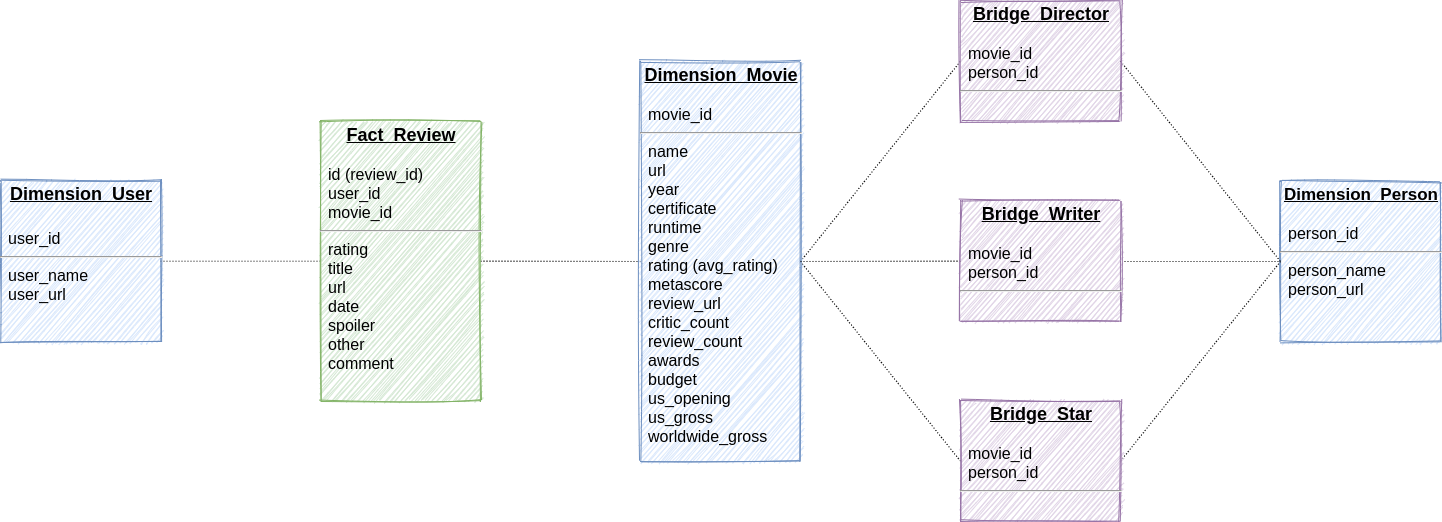
Above: 15_Final_Exam/Q2_Snowflake_Schema.png in tangklrb/WQD7005 (draw.io), before the change. Source tidied: cells renumbered, new cells last; positions are measured from the earlier drawing's top-left corner, leaving out a move shared by most shapes.
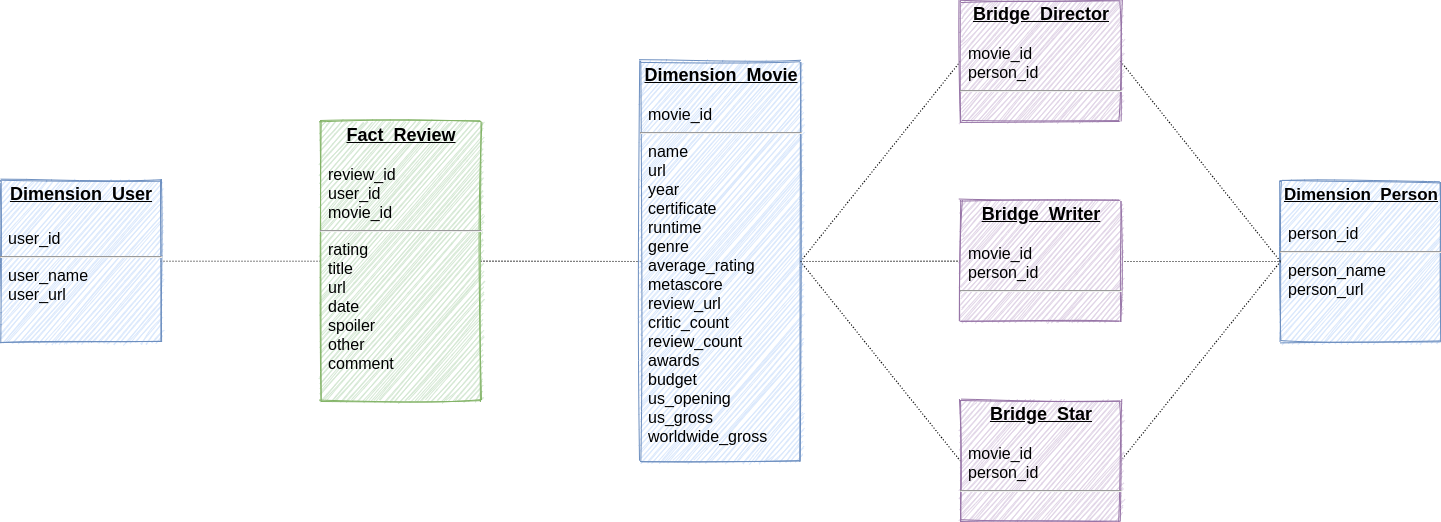
The same diagram one commit later.

What changed in the source:
```diff
@@ -8,7 +8,7 @@
     <mxCell id="3" style="edgeStyle=none;rounded=0;jettySize=auto;html=1;dashed=1;dashPattern=1 2;endArrow=none;endFill=0;exitX=1;exitY=0.5;exitDx=0;exitDy=0;entryX=0;entryY=0.5;entryDx=0;entryDy=0;" parent="1" edge="1" source="4" target="8">
       <mxGeometry relative="1" as="geometry" />
     </mxCell>
-    <mxCell id="4" value="&lt;p style=&quot;margin: 4px 0px 0px ; text-align: center ; text-decoration: underline&quot;&gt;&lt;strong&gt;&lt;font style=&quot;font-size: 18px&quot;&gt;Fact_Review&lt;/font&gt;&lt;/strong&gt;&lt;/p&gt;&lt;p style=&quot;margin: 0px 0px 0px 8px ; font-size: 16px&quot;&gt;&lt;font style=&quot;font-size: 16px&quot;&gt;&lt;br&gt;&lt;/font&gt;&lt;/p&gt;&lt;p style=&quot;margin: 0px 0px 0px 8px ; font-size: 16px&quot;&gt;&lt;font style=&quot;font-size: 16px&quot;&gt;id (review_id)&lt;/font&gt;&lt;/p&gt;&lt;p style=&quot;margin: 0px 0px 0px 8px ; font-size: 16px&quot;&gt;&lt;font style=&quot;font-size: 16px&quot;&gt;user_id&lt;/font&gt;&lt;/p&gt;&lt;p style=&quot;margin: 0px 0px 0px 8px ; font-size: 16px&quot;&gt;&lt;font style=&quot;font-size: 16px&quot;&gt;movie_id&lt;/font&gt;&lt;/p&gt;&lt;hr style=&quot;font-size: 16px&quot;&gt;&lt;p style=&quot;margin: 0px 0px 0px 8px ; font-size: 16px&quot;&gt;&lt;font style=&quot;font-size: 16px&quot;&gt;rating&lt;br&gt;&lt;/font&gt;&lt;/p&gt;&lt;p style=&quot;margin: 0px 0px 0px 8px ; font-size: 16px&quot;&gt;&lt;font style=&quot;font-size: 16px&quot;&gt;title&lt;/font&gt;&lt;/p&gt;&lt;p style=&quot;margin: 0px 0px 0px 8px ; font-size: 16px&quot;&gt;&lt;font style=&quot;font-size: 16px&quot;&gt;url&lt;/font&gt;&lt;/p&gt;&lt;p style=&quot;margin: 0px 0px 0px 8px ; font-size: 16px&quot;&gt;&lt;font style=&quot;font-size: 16px&quot;&gt;date&lt;/font&gt;&lt;/p&gt;&lt;p style=&quot;margin: 0px 0px 0px 8px ; font-size: 16px&quot;&gt;&lt;font style=&quot;font-size: 16px&quot;&gt;spoiler&lt;/font&gt;&lt;/p&gt;&lt;p style=&quot;margin: 0px 0px 0px 8px ; font-size: 16px&quot;&gt;&lt;font style=&quot;font-size: 16px&quot;&gt;other&lt;/font&gt;&lt;/p&gt;&lt;p style=&quot;margin: 0px 0px 0px 8px ; font-size: 16px&quot;&gt;&lt;font style=&quot;font-size: 16px&quot;&gt;comment&lt;/font&gt;&lt;/p&gt;" style="verticalAlign=top;align=left;overflow=fill;fontSize=12;fontFamily=Helvetica;html=1;strokeColor=#82b366;shadow=0;fillColor=#d5e8d4;gradientColor=none;sketch=1;" parent="1" vertex="1">
+    <mxCell id="4" value="&lt;p style=&quot;margin: 4px 0px 0px ; text-align: center ; text-decoration: underline&quot;&gt;&lt;strong&gt;&lt;font style=&quot;font-size: 18px&quot;&gt;Fact_Review&lt;/font&gt;&lt;/strong&gt;&lt;/p&gt;&lt;p style=&quot;margin: 0px 0px 0px 8px ; font-size: 16px&quot;&gt;&lt;font style=&quot;font-size: 16px&quot;&gt;&lt;br&gt;&lt;/font&gt;&lt;/p&gt;&lt;p style=&quot;margin: 0px 0px 0px 8px ; font-size: 16px&quot;&gt;&lt;font style=&quot;font-size: 16px&quot;&gt;review_id&lt;/font&gt;&lt;/p&gt;&lt;p style=&quot;margin: 0px 0px 0px 8px ; font-size: 16px&quot;&gt;&lt;font style=&quot;font-size: 16px&quot;&gt;user_id&lt;/font&gt;&lt;/p&gt;&lt;p style=&quot;margin: 0px 0px 0px 8px ; font-size: 16px&quot;&gt;&lt;font style=&quot;font-size: 16px&quot;&gt;movie_id&lt;/font&gt;&lt;/p&gt;&lt;hr style=&quot;font-size: 16px&quot;&gt;&lt;p style=&quot;margin: 0px 0px 0px 8px ; font-size: 16px&quot;&gt;&lt;font style=&quot;font-size: 16px&quot;&gt;rating&lt;br&gt;&lt;/font&gt;&lt;/p&gt;&lt;p style=&quot;margin: 0px 0px 0px 8px ; font-size: 16px&quot;&gt;&lt;font style=&quot;font-size: 16px&quot;&gt;title&lt;/font&gt;&lt;/p&gt;&lt;p style=&quot;margin: 0px 0px 0px 8px ; font-size: 16px&quot;&gt;&lt;font style=&quot;font-size: 16px&quot;&gt;url&lt;/font&gt;&lt;/p&gt;&lt;p style=&quot;margin: 0px 0px 0px 8px ; font-size: 16px&quot;&gt;&lt;font style=&quot;font-size: 16px&quot;&gt;date&lt;/font&gt;&lt;/p&gt;&lt;p style=&quot;margin: 0px 0px 0px 8px ; font-size: 16px&quot;&gt;&lt;font style=&quot;font-size: 16px&quot;&gt;spoiler&lt;/font&gt;&lt;/p&gt;&lt;p style=&quot;margin: 0px 0px 0px 8px ; font-size: 16px&quot;&gt;&lt;font style=&quot;font-size: 16px&quot;&gt;other&lt;/font&gt;&lt;/p&gt;&lt;p style=&quot;margin: 0px 0px 0px 8px ; font-size: 16px&quot;&gt;&lt;font style=&quot;font-size: 16px&quot;&gt;comment&lt;/font&gt;&lt;/p&gt;" style="verticalAlign=top;align=left;overflow=fill;fontSize=12;fontFamily=Helvetica;html=1;strokeColor=#82b366;shadow=0;fillColor=#d5e8d4;gradientColor=none;sketch=1;" parent="1" vertex="1">
       <mxGeometry x="320" y="146.7" width="160" height="280" as="geometry" />
     </mxCell>
     <mxCell id="5" value="&lt;p style=&quot;margin: 4px 0px 0px ; text-align: center ; text-decoration: underline&quot;&gt;&lt;strong&gt;&lt;font style=&quot;font-size: 18px&quot;&gt;Dimension_User&lt;/font&gt;&lt;/strong&gt;&lt;/p&gt;&lt;p style=&quot;margin: 0px 0px 0px 8px ; font-size: 20px&quot;&gt;&lt;font style=&quot;font-size: 20px&quot;&gt;&lt;br&gt;&lt;/font&gt;&lt;/p&gt;&lt;p style=&quot;margin: 0px 0px 0px 8px ; font-size: 16px&quot;&gt;&lt;font style=&quot;font-size: 16px&quot;&gt;user_id&lt;br&gt;&lt;/font&gt;&lt;/p&gt;&lt;hr style=&quot;font-size: 16px&quot;&gt;&lt;p style=&quot;margin: 0px 0px 0px 8px ; font-size: 16px&quot;&gt;user_name&lt;/p&gt;&lt;p style=&quot;margin: 0px 0px 0px 8px ; font-size: 16px&quot;&gt;&lt;font style=&quot;font-size: 16px&quot;&gt;user_url&lt;/font&gt;&lt;/p&gt;" style="verticalAlign=top;align=left;overflow=fill;fontSize=12;fontFamily=Helvetica;html=1;strokeColor=#6c8ebf;shadow=0;fillColor=#dae8fc;sketch=1;" parent="1" vertex="1">
@@ -20,10 +20,10 @@
     <mxCell id="7" style="edgeStyle=none;rounded=0;jettySize=auto;html=1;entryX=0;entryY=0.5;entryDx=0;entryDy=0;dashed=1;dashPattern=1 2;endArrow=none;endFill=0;exitX=1;exitY=0.5;exitDx=0;exitDy=0;" parent="1" edge="1" source="8" target="17">
       <mxGeometry relative="1" as="geometry" />
     </mxCell>
-    <mxCell id="8" value="&lt;p style=&quot;margin: 4px 0px 0px ; text-align: center ; text-decoration: underline&quot;&gt;&lt;strong&gt;&lt;font style=&quot;font-size: 18px&quot;&gt;Dimension_Movie&lt;/font&gt;&lt;/strong&gt;&lt;/p&gt;&lt;p style=&quot;margin: 0px 0px 0px 8px ; font-size: 16px&quot;&gt;&lt;br&gt;&lt;/p&gt;&lt;p style=&quot;margin: 0px 0px 0px 8px ; font-size: 16px&quot;&gt;&lt;font style=&quot;font-size: 16px&quot;&gt;movie_id&lt;/font&gt;&lt;/p&gt;&lt;hr style=&quot;font-size: 16px&quot;&gt;&lt;p style=&quot;margin: 0px 0px 0px 8px ; font-size: 16px&quot;&gt;name&lt;/p&gt;&lt;p style=&quot;margin: 0px 0px 0px 8px ; font-size: 16px&quot;&gt;url&lt;/p&gt;&lt;p style=&quot;margin: 0px 0px 0px 8px ; font-size: 16px&quot;&gt;year&lt;/p&gt;&lt;p style=&quot;margin: 0px 0px 0px 8px ; font-size: 16px&quot;&gt;certificate&lt;/p&gt;&lt;p style=&quot;margin: 0px 0px 0px 8px ; font-size: 16px&quot;&gt;runtime&lt;/p&gt;&lt;p style=&quot;margin: 0px 0px 0px 8px ; font-size: 16px&quot;&gt;genre&lt;/p&gt;&lt;p style=&quot;margin: 0px 0px 0px 8px ; font-size: 16px&quot;&gt;rating (avg_rating)&lt;/p&gt;&lt;p style=&quot;margin: 0px 0px 0px 8px ; font-size: 16px&quot;&gt;metascore&lt;/p&gt;&lt;p style=&quot;margin: 0px 0px 0px 8px ; font-size: 16px&quot;&gt;review_url&lt;/p&gt;&lt;p style=&quot;margin: 0px 0px 0px 8px ; font-size: 16px&quot;&gt;critic_count&lt;/p&gt;&lt;p style=&quot;margin: 0px 0px 0px 8px ; font-size: 16px&quot;&gt;review_count&lt;/p&gt;&lt;p style=&quot;margin: 0px 0px 0px 8px ; font-size: 16px&quot;&gt;awards&lt;/p&gt;&lt;p style=&quot;margin: 0px 0px 0px 8px ; font-size: 16px&quot;&gt;&lt;span&gt;budget&lt;/span&gt;&lt;br&gt;&lt;/p&gt;&lt;p style=&quot;margin: 0px 0px 0px 8px ; font-size: 16px&quot;&gt;us_opening&lt;/p&gt;&lt;p style=&quot;margin: 0px 0px 0px 8px ; font-size: 16px&quot;&gt;us_gross&lt;/p&gt;&lt;p style=&quot;margin: 0px 0px 0px 8px ; font-size: 16px&quot;&gt;worldwide_gross&lt;/p&gt;" style="verticalAlign=top;align=left;overflow=fill;fontSize=12;fontFamily=Helvetica;html=1;strokeColor=#6c8ebf;shadow=0;fillColor=#dae8fc;sketch=1;fillStyle=hachure;" parent="1" vertex="1">
+    <mxCell id="8" value="&lt;p style=&quot;margin: 4px 0px 0px ; text-align: center ; text-decoration: underline&quot;&gt;&lt;strong&gt;&lt;font style=&quot;font-size: 18px&quot;&gt;Dimension_Movie&lt;/font&gt;&lt;/strong&gt;&lt;/p&gt;&lt;p style=&quot;margin: 0px 0px 0px 8px ; font-size: 16px&quot;&gt;&lt;br&gt;&lt;/p&gt;&lt;p style=&quot;margin: 0px 0px 0px 8px ; font-size: 16px&quot;&gt;&lt;font style=&quot;font-size: 16px&quot;&gt;movie_id&lt;/font&gt;&lt;/p&gt;&lt;hr style=&quot;font-size: 16px&quot;&gt;&lt;p style=&quot;margin: 0px 0px 0px 8px ; font-size: 16px&quot;&gt;name&lt;/p&gt;&lt;p style=&quot;margin: 0px 0px 0px 8px ; font-size: 16px&quot;&gt;url&lt;/p&gt;&lt;p style=&quot;margin: 0px 0px 0px 8px ; font-size: 16px&quot;&gt;year&lt;/p&gt;&lt;p style=&quot;margin: 0px 0px 0px 8px ; font-size: 16px&quot;&gt;certificate&lt;/p&gt;&lt;p style=&quot;margin: 0px 0px 0px 8px ; font-size: 16px&quot;&gt;runtime&lt;/p&gt;&lt;p style=&quot;margin: 0px 0px 0px 8px ; font-size: 16px&quot;&gt;genre&lt;/p&gt;&lt;p style=&quot;margin: 0px 0px 0px 8px ; font-size: 16px&quot;&gt;average_rating&lt;/p&gt;&lt;p style=&quot;margin: 0px 0px 0px 8px ; font-size: 16px&quot;&gt;metascore&lt;/p&gt;&lt;p style=&quot;margin: 0px 0px 0px 8px ; font-size: 16px&quot;&gt;review_url&lt;/p&gt;&lt;p style=&quot;margin: 0px 0px 0px 8px ; font-size: 16px&quot;&gt;critic_count&lt;/p&gt;&lt;p style=&quot;margin: 0px 0px 0px 8px ; font-size: 16px&quot;&gt;review_count&lt;/p&gt;&lt;p style=&quot;margin: 0px 0px 0px 8px ; font-size: 16px&quot;&gt;awards&lt;/p&gt;&lt;p style=&quot;margin: 0px 0px 0px 8px ; font-size: 16px&quot;&gt;&lt;span&gt;budget&lt;/span&gt;&lt;br&gt;&lt;/p&gt;&lt;p style=&quot;margin: 0px 0px 0px 8px ; font-size: 16px&quot;&gt;us_opening&lt;/p&gt;&lt;p style=&quot;margin: 0px 0px 0px 8px ; font-size: 16px&quot;&gt;us_gross&lt;/p&gt;&lt;p style=&quot;margin: 0px 0px 0px 8px ; font-size: 16px&quot;&gt;worldwide_gross&lt;/p&gt;" style="verticalAlign=top;align=left;overflow=fill;fontSize=12;fontFamily=Helvetica;html=1;strokeColor=#6c8ebf;shadow=0;fillColor=#dae8fc;sketch=1;fillStyle=hachure;" parent="1" vertex="1">
       <mxGeometry x="640" y="87" width="160" height="400" as="geometry" />
     </mxCell>
-    <mxCell id="9" style="edgeStyle=none;rounded=0;jettySize=auto;html=1;exitX=1.015;exitY=0.458;exitDx=0;exitDy=0;entryX=-0.009;entryY=0.347;entryDx=0;entryDy=0;entryPerimeter=0;dashed=1;dashPattern=1 2;endArrow=none;endFill=0;exitPerimeter=0;" parent="1" edge="1" target="x">
+    <mxCell id="9" style="edgeStyle=none;rounded=0;orthogonalLoop=1;jettySize=auto;html=1;exitX=1.015;exitY=0.458;exitDx=0;exitDy=0;entryX=-0.009;entryY=0.347;entryDx=0;entryDy=0;entryPerimeter=0;dashed=1;dashPattern=1 2;endArrow=none;endFill=0;exitPerimeter=0;" parent="1" edge="1">
       <mxGeometry relative="1" as="geometry">
         <mxPoint x="1102.4" y="0.3" as="sourcePoint" />
       </mxGeometry>
```
